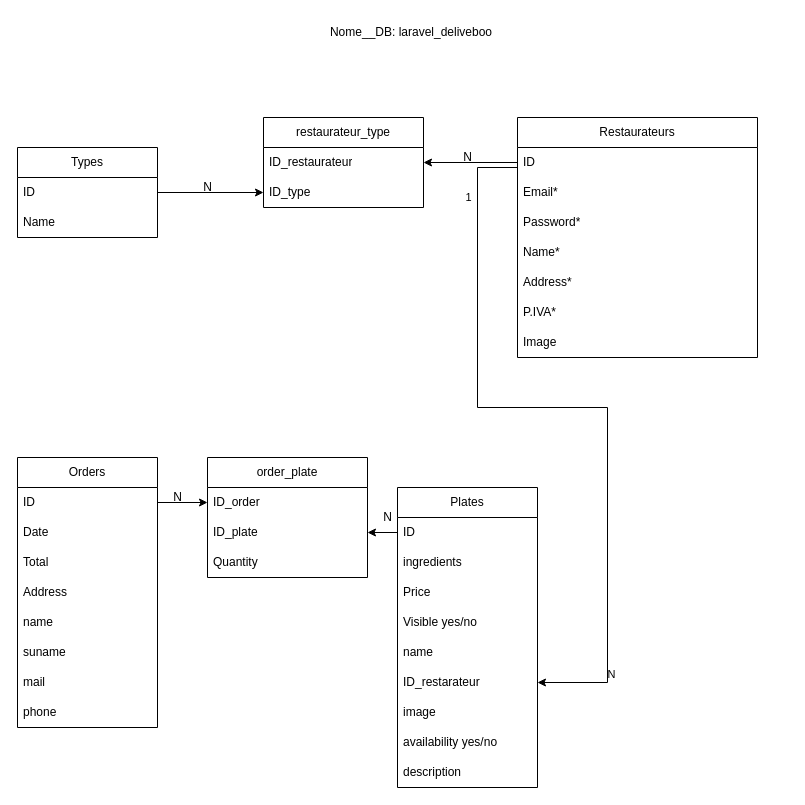
The draw.io diagram grafico_db/grafico_db.drawio in ldm0805/laravel-deliveboo, before the edit. Source tidied: cells renumbered, new cells numbered last; positions are measured from the earlier drawing's top-left corner, leaving out a move shared by most shapes. Both pictures are drawn from the tidied source at 100%, with x=0, y=0 at pixel (17, 17).
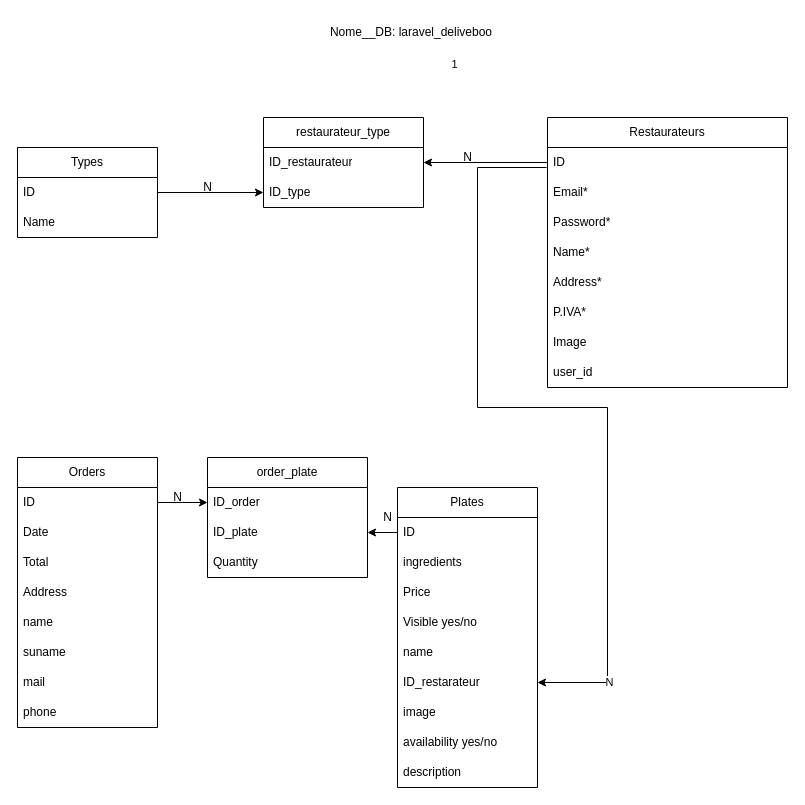
The same page after the edit.

Unchanged cells that the change refers to:
```xml
<mxCell id="4" value="ID" style="text;strokeColor=none;fillColor=none;align=left;verticalAlign=middle;spacingLeft=4;spacingRight=4;overflow=hidden;points=[[0,0.5],[1,0.5]];portConstraint=eastwest;whiteSpace=wrap;html=1;" parent="3" vertex="1">
  <mxGeometry y="30" width="240" height="30" as="geometry" />
</mxCell>
<mxCell id="17" value="ID_restarateur" style="text;strokeColor=none;fillColor=none;align=left;verticalAlign=middle;spacingLeft=4;spacingRight=4;overflow=hidden;points=[[0,0.5],[1,0.5]];portConstraint=eastwest;whiteSpace=wrap;html=1;" parent="11" vertex="1">
  <mxGeometry y="180" width="140" height="30" as="geometry" />
</mxCell>
```

Diff of the diagram source:
```diff
@@
     <mxCell id="3" value="Restaurateurs" style="swimlane;fontStyle=0;horizontal=1;startSize=30;whiteSpace=wrap;html=1;" parent="1" vertex="1">
-      <mxGeometry x="500" y="100" width="240" height="240" as="geometry" />
+      <mxGeometry x="530" y="100" width="240" height="270" as="geometry" />
     </mxCell>
@@
+    <mxCell id="51" value="user_id&amp;nbsp;" style="text;strokeColor=none;fillColor=none;align=left;verticalAlign=middle;spacingLeft=4;spacingRight=4;overflow=hidden;whiteSpace=wrap;html=1;" parent="3" vertex="1">
+      <mxGeometry y="240" width="240" height="30" as="geometry" />
+    </mxCell>
@@
-    <mxCell id="38" style="edgeStyle=orthogonalEdgeStyle;rounded=0;jettySize=auto;html=1;entryX=1;entryY=0.5;entryDx=0;entryDy=0;exitX=0;exitY=0.5;exitDx=0;exitDy=0;" parent="1" edge="1" target="17">
+    <mxCell id="38" style="edgeStyle=orthogonalEdgeStyle;rounded=0;jettySize=auto;html=1;entryX=1;entryY=0.5;entryDx=0;entryDy=0;exitX=-0.004;exitY=0.667;exitDx=0;exitDy=0;exitPerimeter=0;" parent="1" edge="1" source="4" target="17">
       <mxGeometry relative="1" as="geometry">
-        <mxPoint x="500" y="325" as="sourcePoint" />
         <Array as="points">
-          <mxPoint x="500" y="150" />
           <mxPoint x="460" y="150" />
           <mxPoint x="460" y="390" />
           <mxPoint x="590" y="390" />
           <mxPoint x="590" y="665" />
         </Array>
       </mxGeometry>
     </mxCell>
```
